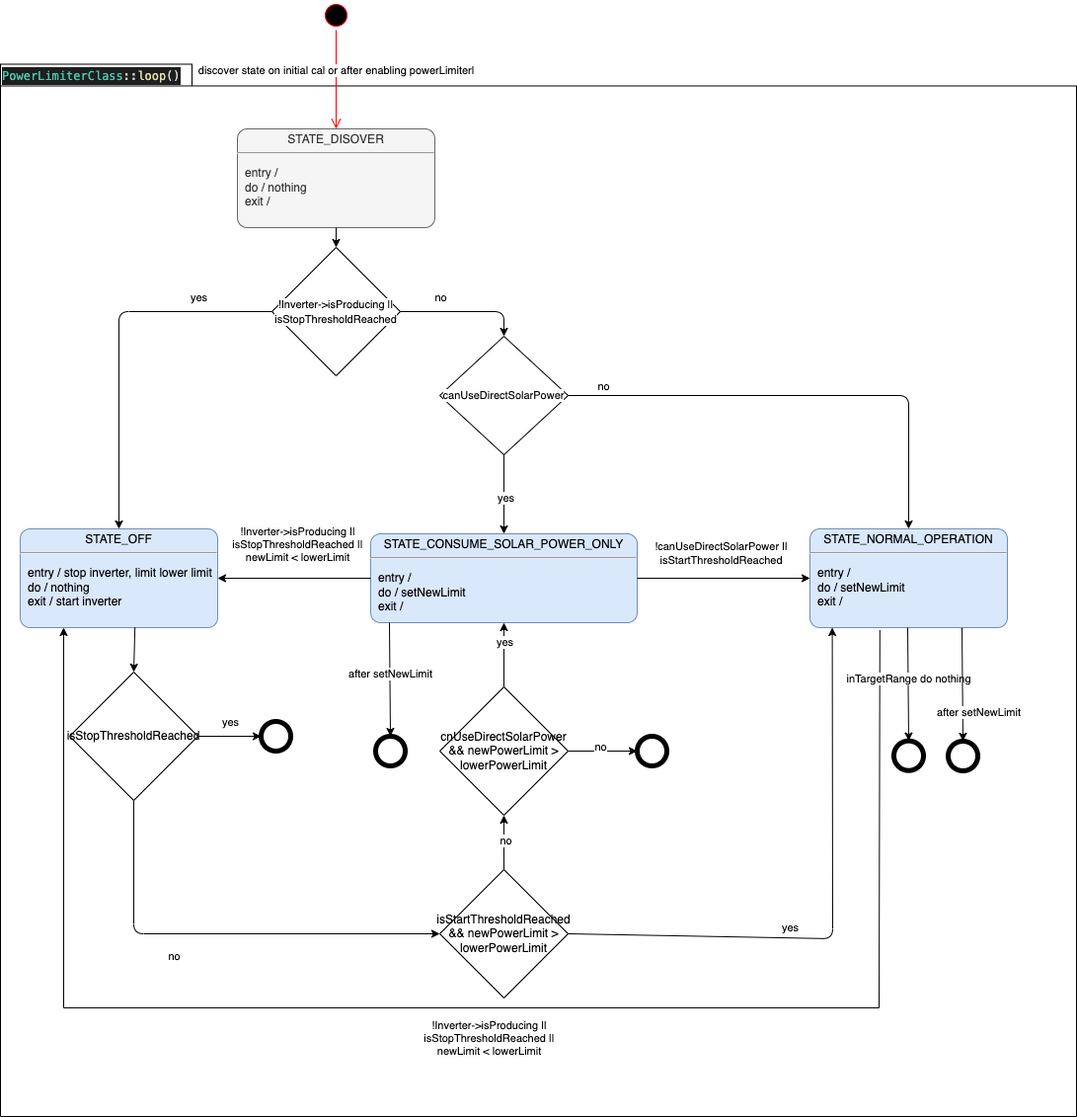
tbnobody/OpenDTU keeps this draw.io diagram as docs/PowerLimiterInverterStates.png. Above is the earlier version. Source tidied: cells renumbered, new cells last; positions are measured from the earlier drawing's top-left corner, leaving out a move shared by most shapes.
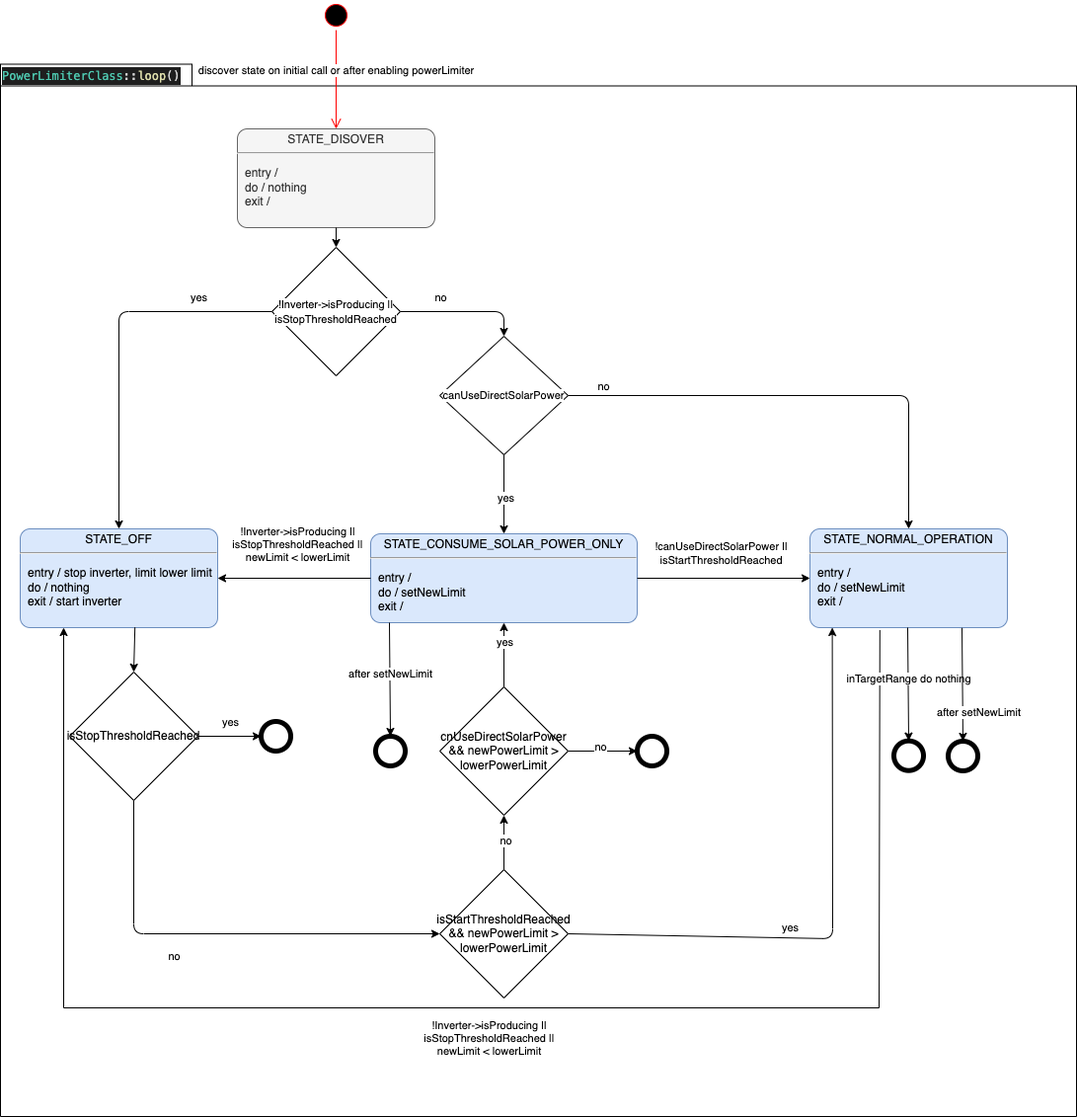
The same diagram one commit later.

Commit message:
typos PowerLimiterStates diagram

Diff of the diagram source:
```diff
@@ -11,7 +11,7 @@
     <mxCell id="4" style="ellipse;html=1;shape=startState;fillColor=#000000;strokeColor=#ff0000;" parent="1" vertex="1">
       <mxGeometry x="325" width="30" height="30" as="geometry" />
     </mxCell>
-    <mxCell id="5" value="discover state on initial cal or after enabling powerLimiterl" style="html=1;verticalAlign=bottom;endArrow=open;endSize=8;strokeColor=#ff0000;rounded=0;entryX=0.5;entryY=0;entryDx=0;entryDy=0;entryPerimeter=0;" parent="1" edge="1" source="4" target="9">
+    <mxCell id="5" value="discover state on initial call or after enabling powerLimiter" style="html=1;verticalAlign=bottom;endArrow=open;endSize=8;strokeColor=#ff0000;rounded=0;entryX=0.5;entryY=0;entryDx=0;entryDy=0;entryPerimeter=0;" parent="1" edge="1" source="4" target="9">
       <mxGeometry relative="1" as="geometry" />
     </mxCell>
     <mxCell id="6" value="&lt;p style=&quot;margin:0px;margin-top:4px;text-align:center;&quot;&gt;STATE_OFF&lt;/p&gt;&lt;hr&gt;&lt;p&gt;&lt;/p&gt;&lt;p style=&quot;margin:0px;margin-left:8px;text-align:left;&quot;&gt;entry / stop inverter, limit lower limit&lt;br&gt;do / nothing&lt;br&gt;exit / start inverter&lt;/p&gt;" style="shape=mxgraph.sysml.simpleState;html=1;overflow=fill;whiteSpace=wrap;align=center;fillColor=#dae8fc;strokeColor=#6c8ebf;" parent="1" vertex="1">
```
